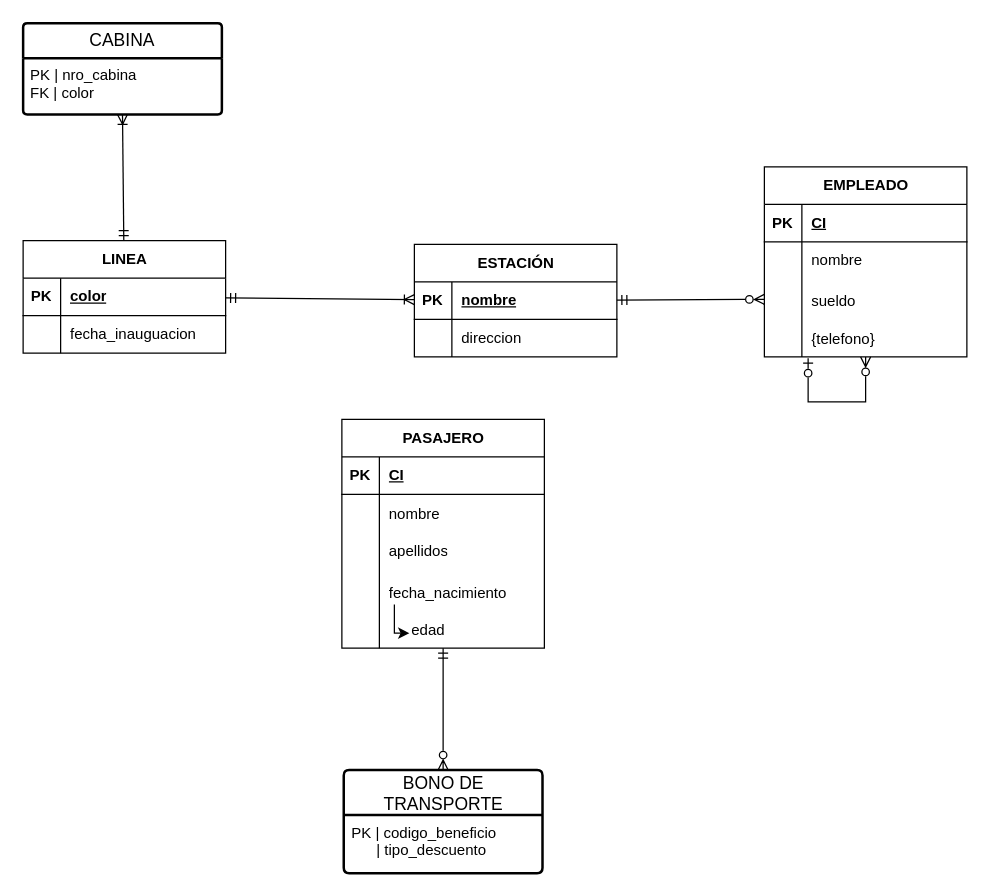
Earlier version of the draw.io diagram practicas_en_clase/Practica2-miteleferico-pata-gallo.drawio (jrissiotti/Base-de-datos-I). Source tidied: cells renumbered, new cells numbered last; positions are measured from the earlier drawing's top-left corner, leaving out a move shared by most shapes. Both pictures are drawn from the tidied source at 125%, with x=0, y=0 at pixel (22, 22).
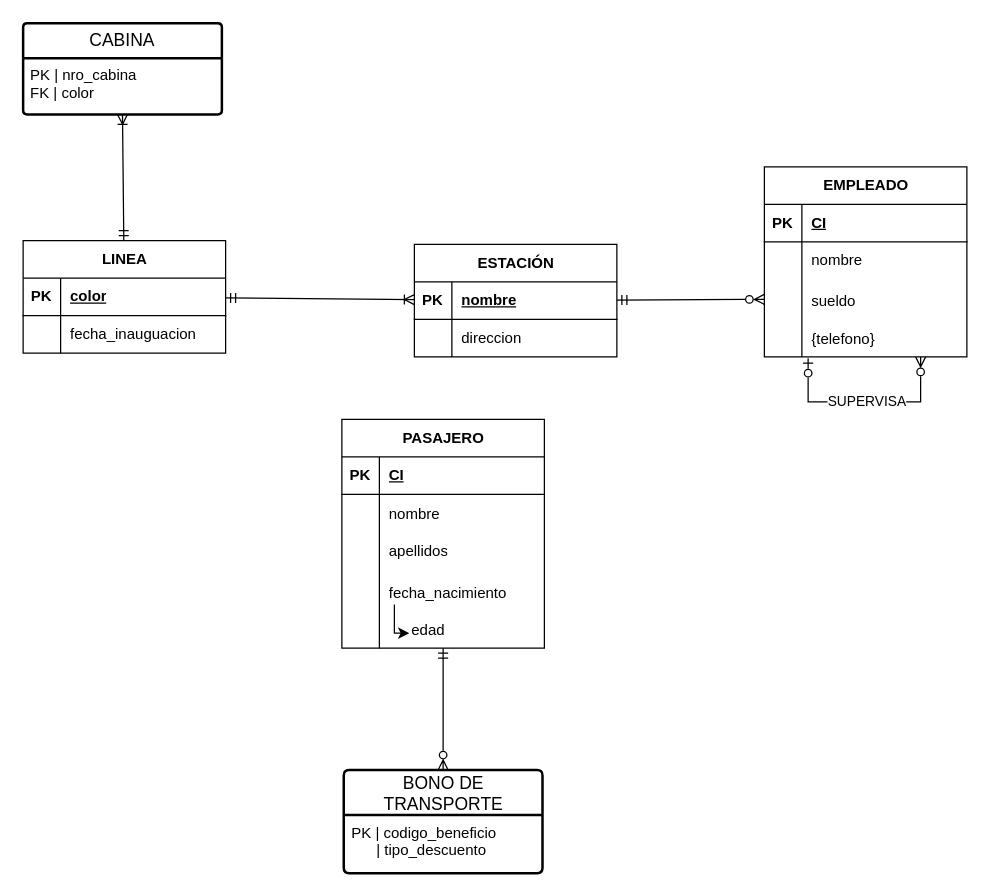
The same page after the edit.

Commit message:
feat: correccion pata de gallo

The change refers to these unchanged cells:
```xml
<mxCell id="18" value="EMPLEADO" style="shape=table;startSize=30;childLayout=tableLayout;rowLines=0;fontStyle=1;align=center;html=1;" parent="1" vertex="1">
  <mxGeometry x="593" y="115" width="162" height="152" as="geometry" />
</mxCell>
```

Diff of the diagram source:
```diff
@@
     <mxCell id="17" style="edgeStyle=orthogonalEdgeStyle;html=1;rounded=0;curved=0;endArrow=ERzeroToOne;endFill=0;startArrow=ERzeroToMany;startFill=0;" parent="1" edge="1" source="18">
       <mxGeometry relative="1" as="geometry">
         <mxPoint x="628" y="268" as="targetPoint" />
         <Array as="points">
-          <mxPoint x="674" y="303" />
+          <mxPoint x="718" y="303" />
           <mxPoint x="628" y="303" />
         </Array>
       </mxGeometry>
     </mxCell>
+    <mxCell id="49" value="SUPERVISA" style="edgeLabel;html=1;align=center;verticalAlign=middle;" parent="17" vertex="1">
+      <mxGeometry x="-0.05" y="1" relative="1" as="geometry">
+        <mxPoint x="-4" y="-2" as="offset" />
+      </mxGeometry>
+    </mxCell>
```
